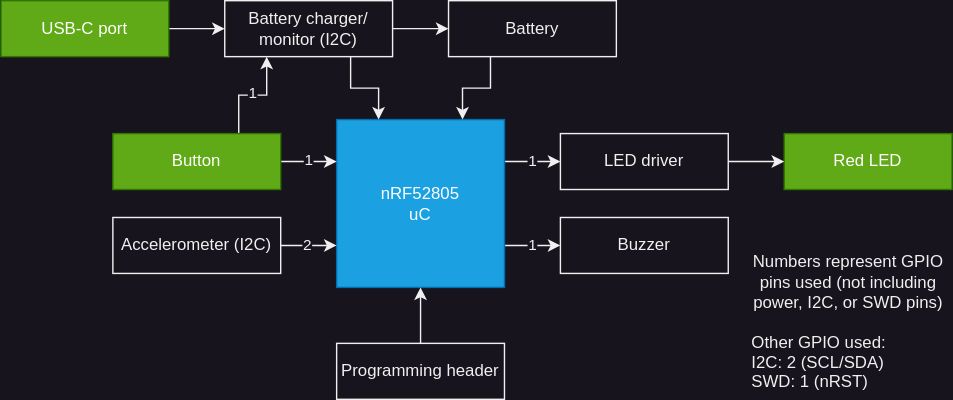
The draw.io diagram docs/DWG_HW-Architecture.svg in Embedded-Shark-LLC/BT-Bike-Light, before a commit. Source tidied: cells renumbered, new cells last; positions are measured from the earlier drawing's top-left corner, leaving out a move shared by most shapes.
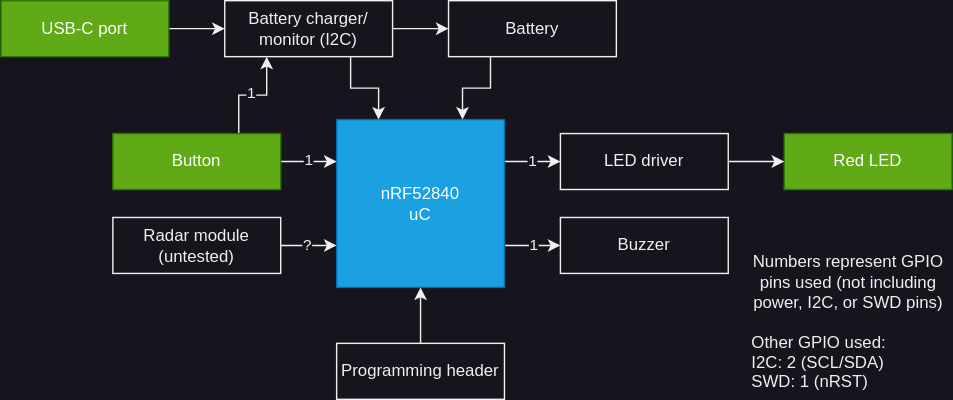
The same file after the commit.

Commit message:
Update hardware block diagram

Diff of the diagram source:
```diff
@@ -18,7 +18,7 @@
         <mxPoint x="2" as="offset" />
       </mxGeometry>
     </mxCell>
-    <mxCell id="6" value="nRF52805&lt;div&gt;uC&lt;/div&gt;" style="rounded=0;whiteSpace=wrap;html=1;fillColor=#1ba1e2;fontColor=#ffffff;strokeColor=#006EAF;" parent="1" vertex="1">
+    <mxCell id="6" value="nRF52840&lt;div&gt;uC&lt;/div&gt;" style="rounded=0;whiteSpace=wrap;html=1;fillColor=#1ba1e2;fontColor=#ffffff;strokeColor=#006EAF;" parent="1" vertex="1">
       <mxGeometry x="240" y="85" width="120" height="120" as="geometry" />
     </mxCell>
     <mxCell id="7" value="Red LED" style="rounded=0;whiteSpace=wrap;html=1;fillColor=#60a917;fontColor=#ffffff;strokeColor=#2D7600;" parent="1" vertex="1">
@@ -81,10 +81,10 @@
     <mxCell id="26" style="edgeStyle=orthogonalEdgeStyle;rounded=0;jettySize=auto;html=1;entryX=0;entryY=0.75;entryDx=0;entryDy=0;" parent="1" edge="1" source="28" target="6">
       <mxGeometry relative="1" as="geometry" />
     </mxCell>
-    <mxCell id="27" value="2" style="edgeLabel;html=1;align=center;verticalAlign=middle;" parent="26" vertex="1">
+    <mxCell id="27" value="?" style="edgeLabel;html=1;align=center;verticalAlign=middle;" parent="26" vertex="1">
       <mxGeometry x="-0.07" relative="1" as="geometry" />
     </mxCell>
-    <mxCell id="28" value="Accelerometer (I2C)" style="rounded=0;whiteSpace=wrap;html=1;" parent="1" vertex="1">
+    <mxCell id="28" value="Radar module&lt;div&gt;(untested)&lt;/div&gt;" style="rounded=0;whiteSpace=wrap;html=1;" parent="1" vertex="1">
       <mxGeometry x="80" y="155" width="120" height="40" as="geometry" />
     </mxCell>
   </root>
```
